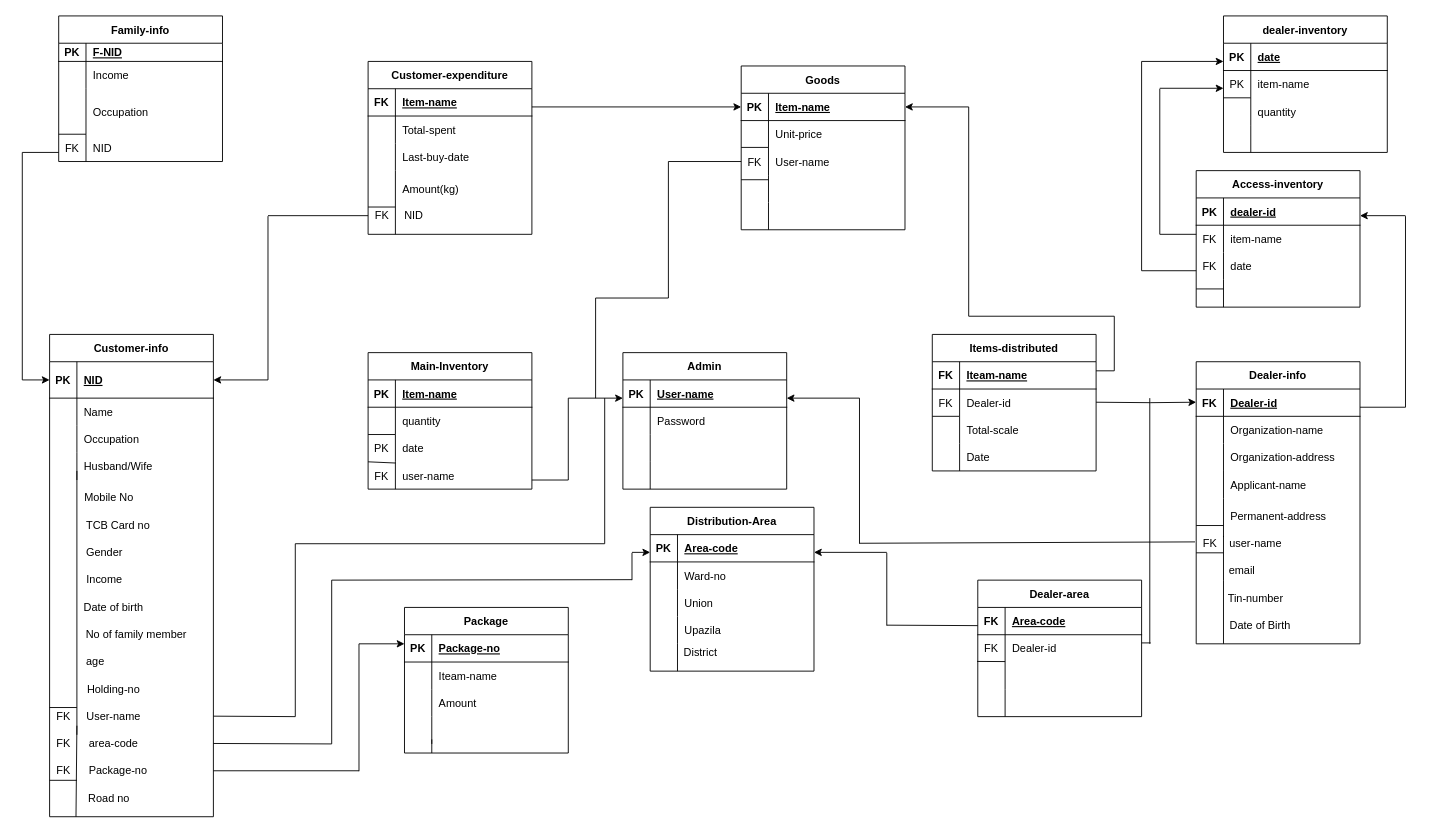
The draw.io diagram page "Page-1" (1 of 2) of PPT ER and Schema Diagram/ER Schema.drawio in taus-if/TCB-Goods-Distribution-System, before the edit. Source tidied: cells renumbered, new cells numbered last; positions are measured from the earlier drawing's top-left corner, leaving out a move shared by most shapes. Both pictures are drawn from the tidied source at 91%, with x=0, y=0 at pixel (22, 15).
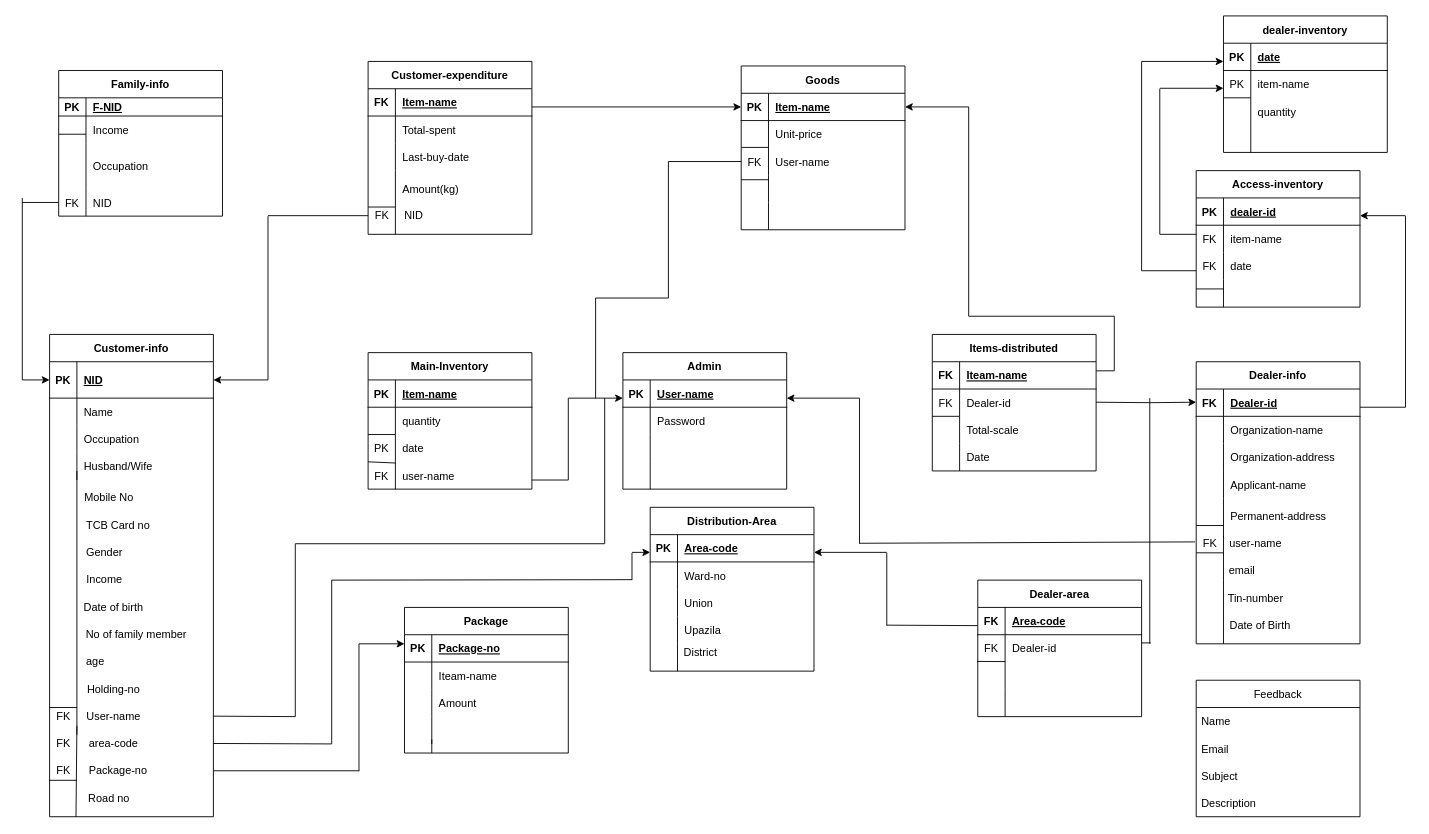
The same page after the edit.

Unchanged cells that the change refers to:
```xml
<mxCell id="57" style="shape=tableRow;horizontal=0;startSize=0;swimlaneHead=0;swimlaneBody=0;fillColor=none;points=[[0,0.5],[1,0.5]];portConstraint=eastwest;top=0;left=0;right=0;bottom=0;" parent="47" vertex="1">
  <mxGeometry y="130" width="180" height="30" as="geometry" />
</mxCell>
```

The edit, as a diff of the source:
```diff
@@
     <mxCell id="47" value="Family-info" style="shape=table;startSize=30;childLayout=tableLayout;rowLines=0;fontStyle=1;align=center;" parent="1" vertex="1">
-      <mxGeometry x="40" width="180" height="160" as="geometry" />
+      <mxGeometry x="40" y="60" width="180" height="160" as="geometry" />
     </mxCell>
@@
-    <mxCell id="60" style="endArrow=none;html=1;rounded=0;" parent="1" edge="1">
+    <mxCell id="60" style="endArrow=none;html=1;rounded=0;entryX=0;entryY=0.5;entryDx=0;entryDy=0;" parent="1" edge="1" target="57">
       <mxGeometry relative="1" as="geometry">
-        <mxPoint y="150" as="sourcePoint" />
-        <mxPoint x="40" y="150" as="targetPoint" />
+        <mxPoint y="205" as="sourcePoint" />
       </mxGeometry>
     </mxCell>
     <mxCell id="61" style="endArrow=none;html=1;rounded=0;" parent="1" edge="1">
       <mxGeometry relative="1" as="geometry">
-        <mxPoint y="150" as="sourcePoint" />
+        <mxPoint y="200" as="sourcePoint" />
         <mxPoint y="400" as="targetPoint" />
       </mxGeometry>
     </mxCell>
@@
+    <mxCell id="270" value="Feedback" style="swimlane;fontStyle=0;horizontal=1;startSize=30;" parent="1" vertex="1">
+      <mxGeometry x="1290" y="730" width="180" height="150" as="geometry" />
+    </mxCell>
+    <mxCell id="271" value="Name" style="text;strokeColor=none;fillColor=none;align=left;verticalAlign=middle;spacingLeft=4;spacingRight=4;overflow=hidden;" parent="270" vertex="1">
+      <mxGeometry y="30" width="180" height="30" as="geometry" />
+    </mxCell>
+    <mxCell id="272" value="Email" style="text;strokeColor=none;fillColor=none;align=left;verticalAlign=middle;spacingLeft=4;spacingRight=4;overflow=hidden;" parent="270" vertex="1">
+      <mxGeometry y="60" width="180" height="30" as="geometry" />
+    </mxCell>
+    <mxCell id="273" value="Subject" style="text;strokeColor=none;fillColor=none;align=left;verticalAlign=middle;spacingLeft=4;spacingRight=4;overflow=hidden;" parent="270" vertex="1">
+      <mxGeometry y="90" width="180" height="30" as="geometry" />
+    </mxCell>
+    <mxCell id="274" value="Description" style="text;strokeColor=none;fillColor=none;align=left;verticalAlign=middle;spacingLeft=4;spacingRight=4;overflow=hidden;" parent="270" vertex="1">
+      <mxGeometry y="120" width="180" height="30" as="geometry" />
+    </mxCell>
```
